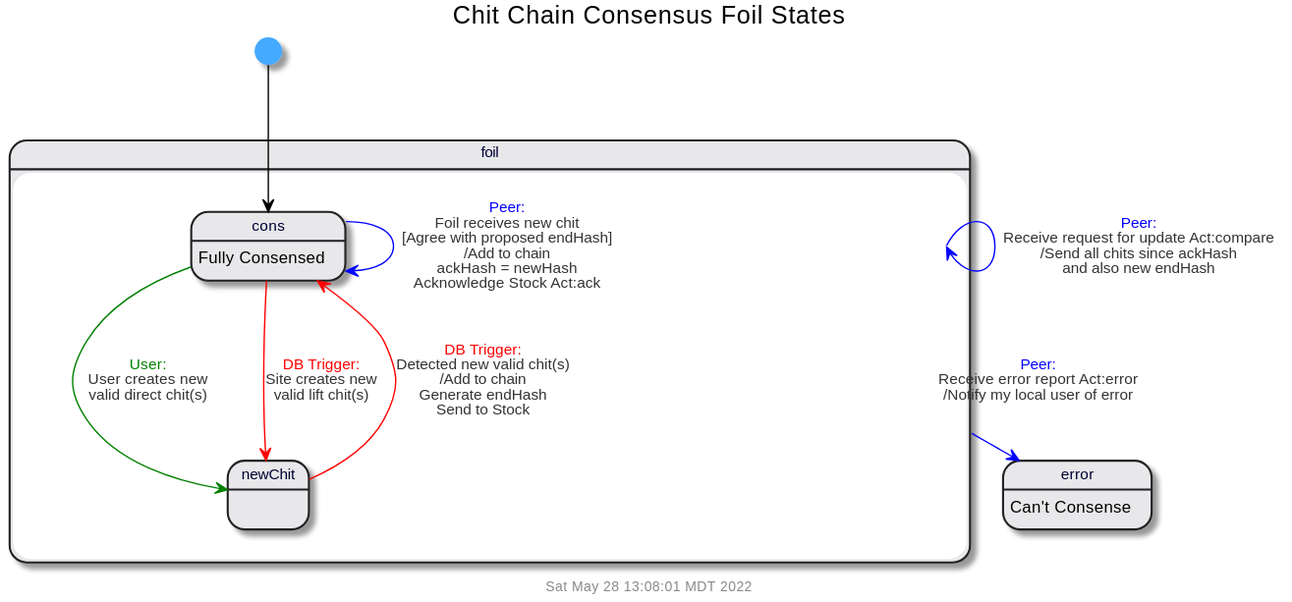
Earlier version of the PlantUML export doc/uml/state-conf.svg (gotchoices/MyCHIPs).
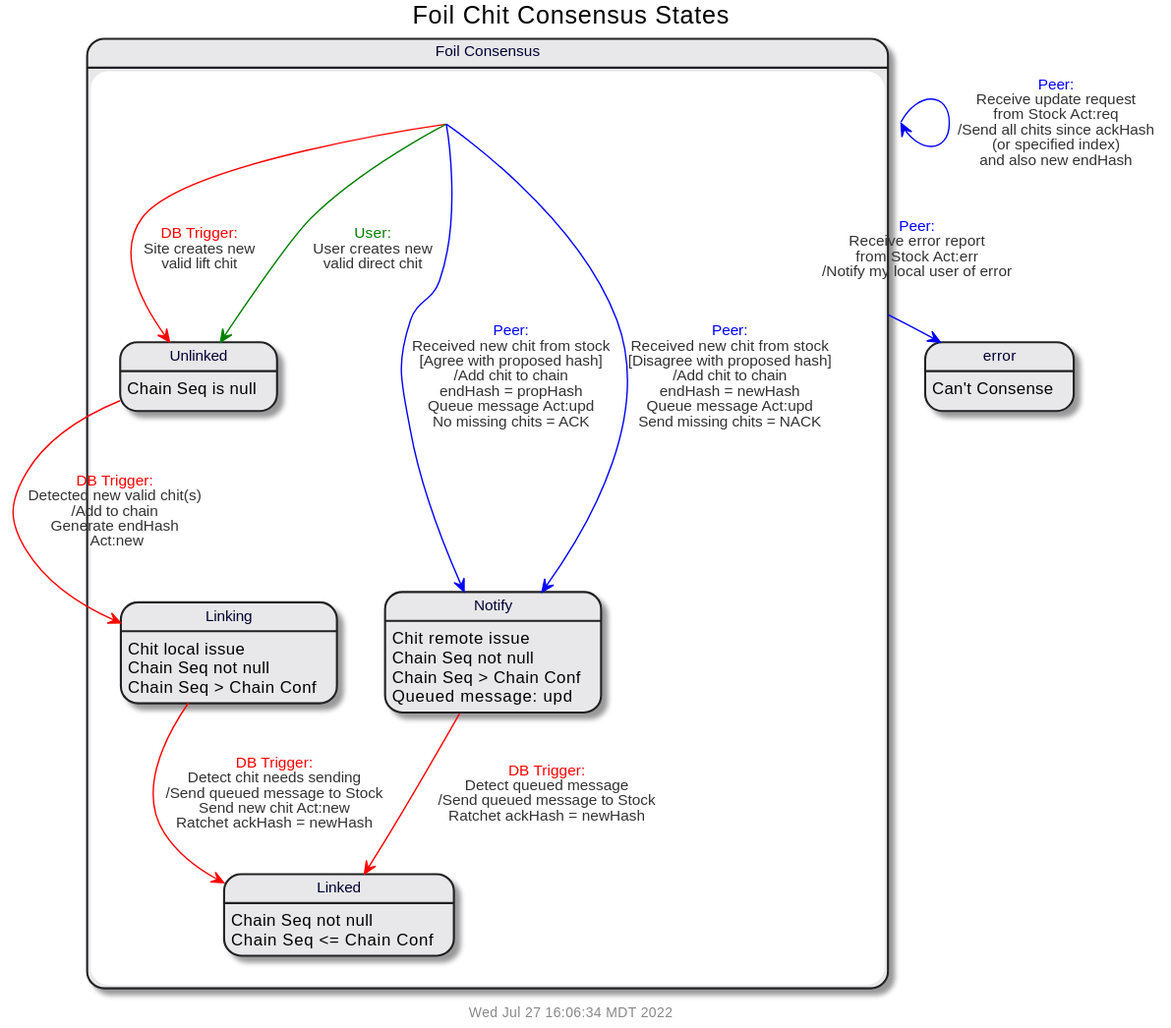
After the commit.

Commit message:
Refine chit consensus state design

Change to the diagram source:
```diff
@@ -1,23 +1,37 @@
 @startuml
 !include common.puml
-
-$title(Chit Chain Consensus Foil States)
-error: Can't Consense
+$title(Foil Chit Consensus States)
 
 state foil {
-  cons: Fully Consensed
-  newChit:
+  state "Unlinked" as unlinked
+  state "Linking" as linking
+  state "Linked" as linked
+  state "Notify" as notify
 }
-[*] --> cons
+state "Foil Consensus" as foil
 
-cons -[$user]-> newChit: $trans($user, User creates new\nvalid direct chit(s),'')
-cons -[$db]-> newChit: $trans($db, Site creates new\nvalid lift chit(s),'')
+error: Can't Consense
+unlinked: Chain Seq is null
+linked: Chain Seq not null
+linked: Chain Seq <= Chain Conf
+linking: Chit local issue
+linking: Chain Seq not null
+linking: Chain Seq > Chain Conf
+notify: Chit remote issue
+notify: Chain Seq not null
+notify: Chain Seq > Chain Conf
+notify: Queued message: upd
 
-newChit -[$db]-> cons: $trans($db,Detected new valid chit(s),'', 'Add to chain\nGenerate endHash\nSend to Stock')
+foil -[$db]-> unlinked: $trans($db, Site creates new\nvalid lift chit,'')
+foil -[$user]-> unlinked: $trans($user, User creates new\nvalid direct chit,'')
+foil -[$peer]-> notify: $trans($peer,Received new chit from stock,'Agree with proposed hash', 'Add chit to chain\nendHash = propHash\nQueue message Act:upd\nNo missing chits = ACK')
+foil -[$peer]-> notify: $trans($peer,Received new chit from stock,'Disagree with proposed hash', 'Add chit to chain\nendHash = newHash\nQueue message Act:upd\nSend missing chits = NACK')
 
-foil -[$peer]-> foil: $trans($peer,Receive request for update Act:compare,'', 'Send all chits since ackHash\nand also new endHash')
-foil -[$peer]-> error: $trans($peer,Receive error report Act:error,'', 'Notify my local user of error')
+unlinked -[$db]-> linking: $trans($db,Detected new valid chit(s),'', 'Add to chain\nGenerate endHash\n Act:new')
+linking -[$db]-> linked: $trans($db,Detect chit needs sending,'', 'Send queued message to Stock\nSend new chit Act:new\nRatchet ackHash = newHash')
+notify -[$db]-> linked: $trans($db,Detect queued message,'', 'Send queued message to Stock\nRatchet ackHash = newHash')
 
-cons -[$peer]-> cons: $trans($peer,Foil receives new chit,'Agree with proposed endHash', 'Add to chain\nackHash = newHash\nAcknowledge Stock Act:ack')
+foil -[$peer]-> foil: $trans($peer,Receive update request\nfrom Stock Act:req,'', 'Send all chits since ackHash\n(or specified index)\nand also new endHash')
+foil -[$peer]-> error: $trans($peer,Receive error report\nfrom Stock Act:err,'', 'Notify my local user of error')
 
 @enduml
```
